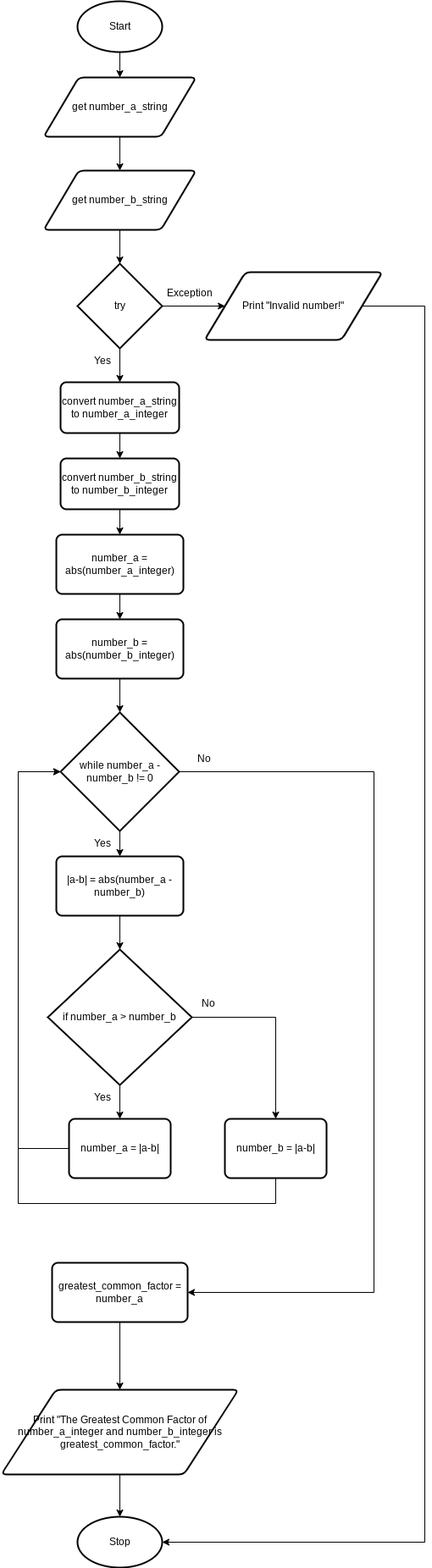
This is design.gcf.flowchart.png from Yiyun-Qin/ICS3U-Assignment5-Python, a draw.io export, as it was before one commit. Source tidied: cells renumbered, new cells last; positions are measured from the earlier drawing's top-left corner, leaving out a move shared by most shapes. Its diagram source:
```xml
<mxGraphModel>
  <root>
    <mxCell id="0" />
    <mxCell id="1" parent="0" />
    <mxCell id="2" style="edgeStyle=none;html=1;exitX=0.5;exitY=1;exitDx=0;exitDy=0;exitPerimeter=0;entryX=0.5;entryY=0;entryDx=0;entryDy=0;" parent="1" edge="1" source="3" target="6">
      <mxGeometry relative="1" as="geometry" />
    </mxCell>
    <mxCell id="3" value="Start" style="strokeWidth=2;html=1;shape=mxgraph.flowchart.start_1;whiteSpace=wrap;" parent="1" vertex="1">
      <mxGeometry x="90" width="100" height="60" as="geometry" />
    </mxCell>
    <mxCell id="4" value="Stop" style="strokeWidth=2;html=1;shape=mxgraph.flowchart.start_1;whiteSpace=wrap;" parent="1" vertex="1">
      <mxGeometry x="90" y="1790" width="100" height="60" as="geometry" />
    </mxCell>
    <mxCell id="5" style="edgeStyle=none;html=1;exitX=0.5;exitY=1;exitDx=0;exitDy=0;entryX=0.5;entryY=0;entryDx=0;entryDy=0;" parent="1" edge="1" source="6" target="8">
      <mxGeometry relative="1" as="geometry" />
    </mxCell>
    <mxCell id="6" value="get number_a_string" style="shape=parallelogram;html=1;strokeWidth=2;perimeter=parallelogramPerimeter;whiteSpace=wrap;rounded=1;arcSize=12;size=0.23;" parent="1" vertex="1">
      <mxGeometry x="50" y="90" width="180" height="70" as="geometry" />
    </mxCell>
    <mxCell id="7" style="edgeStyle=none;html=1;exitX=0.5;exitY=1;exitDx=0;exitDy=0;entryX=0.5;entryY=0;entryDx=0;entryDy=0;entryPerimeter=0;" parent="1" edge="1" source="8" target="11">
      <mxGeometry relative="1" as="geometry" />
    </mxCell>
    <mxCell id="8" value="get number_b_string" style="shape=parallelogram;html=1;strokeWidth=2;perimeter=parallelogramPerimeter;whiteSpace=wrap;rounded=1;arcSize=12;size=0.23;" parent="1" vertex="1">
      <mxGeometry x="50" y="200" width="180" height="70" as="geometry" />
    </mxCell>
    <mxCell id="9" style="edgeStyle=none;html=1;exitX=0.5;exitY=1;exitDx=0;exitDy=0;exitPerimeter=0;entryX=0.5;entryY=0;entryDx=0;entryDy=0;" parent="1" edge="1" source="11" target="13">
      <mxGeometry relative="1" as="geometry" />
    </mxCell>
    <mxCell id="10" style="edgeStyle=orthogonalEdgeStyle;rounded=0;html=1;exitX=1;exitY=0.5;exitDx=0;exitDy=0;exitPerimeter=0;entryX=0;entryY=0.5;entryDx=0;entryDy=0;" parent="1" edge="1" source="11" target="41">
      <mxGeometry relative="1" as="geometry" />
    </mxCell>
    <mxCell id="11" value="try" style="strokeWidth=2;html=1;shape=mxgraph.flowchart.decision;whiteSpace=wrap;" parent="1" vertex="1">
      <mxGeometry x="90" y="310" width="100" height="100" as="geometry" />
    </mxCell>
    <mxCell id="12" style="edgeStyle=none;html=1;exitX=0.5;exitY=1;exitDx=0;exitDy=0;entryX=0.5;entryY=0;entryDx=0;entryDy=0;" parent="1" edge="1" source="13" target="15">
      <mxGeometry relative="1" as="geometry" />
    </mxCell>
    <mxCell id="13" value="convert number_a_string to number_a_integer" style="rounded=1;whiteSpace=wrap;html=1;absoluteArcSize=1;arcSize=14;strokeWidth=2;" parent="1" vertex="1">
      <mxGeometry x="70" y="450" width="140" height="60" as="geometry" />
    </mxCell>
    <mxCell id="14" style="edgeStyle=none;html=1;exitX=0.5;exitY=1;exitDx=0;exitDy=0;entryX=0.5;entryY=0;entryDx=0;entryDy=0;" parent="1" edge="1" source="15" target="17">
      <mxGeometry relative="1" as="geometry" />
    </mxCell>
    <mxCell id="15" value="convert number_b_string to number_b_integer" style="rounded=1;whiteSpace=wrap;html=1;absoluteArcSize=1;arcSize=14;strokeWidth=2;" parent="1" vertex="1">
      <mxGeometry x="70" y="540" width="140" height="60" as="geometry" />
    </mxCell>
    <mxCell id="16" style="edgeStyle=none;html=1;exitX=0.5;exitY=1;exitDx=0;exitDy=0;entryX=0.5;entryY=0;entryDx=0;entryDy=0;" parent="1" edge="1" source="17" target="19">
      <mxGeometry relative="1" as="geometry" />
    </mxCell>
    <mxCell id="17" value="number_a = abs(number_a&lt;span style=&quot;color: rgba(0 , 0 , 0 , 0) ; font-family: monospace ; font-size: 0px&quot;&gt;%3CmxGraphModel%3E%3Croot%3E%3CmxCell%20id%3D%220%22%2F%3E%3CmxCell%20id%3D%221%22%20parent%3D%220%22%2F%3E%3CmxCell%20id%3D%222%22%20value%3D%22convert%20number_a_string%20to%20number_a_integer%22%20style%3D%22rounded%3D1%3BwhiteSpace%3Dwrap%3Bhtml%3D1%3BabsoluteArcSize%3D1%3BarcSize%3D14%3BstrokeWidth%3D2%3B%22%20vertex%3D%221%22%20parent%3D%221%22%3E%3CmxGeometry%20x%3D%22160%22%20y%3D%22450%22%20width%3D%22140%22%20height%3D%2260%22%20as%3D%22geometry%22%2F%3E%3C%2FmxCell%3E%3C%2Froot%3E%3C%2FmxGraphModel%3E&lt;/span&gt;_integer)" style="rounded=1;whiteSpace=wrap;html=1;absoluteArcSize=1;arcSize=14;strokeWidth=2;" parent="1" vertex="1">
      <mxGeometry x="65" y="630" width="150" height="70" as="geometry" />
    </mxCell>
    <mxCell id="18" style="edgeStyle=none;html=1;exitX=0.5;exitY=1;exitDx=0;exitDy=0;entryX=0.5;entryY=0;entryDx=0;entryDy=0;entryPerimeter=0;" parent="1" edge="1" source="19" target="22">
      <mxGeometry relative="1" as="geometry" />
    </mxCell>
    <mxCell id="19" value="number_b = abs(number_b&lt;span style=&quot;color: rgba(0 , 0 , 0 , 0) ; font-family: monospace ; font-size: 0px&quot;&gt;%3CmxGraphModel%3E%3Croot%3E%3CmxCell%20id%3D%220%22%2F%3E%3CmxCell%20id%3D%221%22%20parent%3D%220%22%2F%3E%3CmxCell%20id%3D%222%22%20value%3D%22convert%20number_a_string%20to%20number_a_integer%22%20style%3D%22rounded%3D1%3BwhiteSpace%3Dwrap%3Bhtml%3D1%3BabsoluteArcSize%3D1%3BarcSize%3D14%3BstrokeWidth%3D2%3B%22%20vertex%3D%221%22%20parent%3D%221%22%3E%3CmxGeometry%20x%3D%22160%22%20y%3D%22450%22%20width%3D%22140%22%20height%3D%2260%22%20as%3D%22geometry%22%2F%3E%3C%2FmxCell%3E%3C%2Froot%3E%3C%2FmxGraphModel%3E&lt;/span&gt;_integer)" style="rounded=1;whiteSpace=wrap;html=1;absoluteArcSize=1;arcSize=14;strokeWidth=2;" parent="1" vertex="1">
      <mxGeometry x="65" y="730" width="150" height="70" as="geometry" />
    </mxCell>
    <mxCell id="20" style="edgeStyle=none;html=1;exitX=0.5;exitY=1;exitDx=0;exitDy=0;exitPerimeter=0;entryX=0.5;entryY=0;entryDx=0;entryDy=0;" parent="1" edge="1" source="22" target="24">
      <mxGeometry relative="1" as="geometry" />
    </mxCell>
    <mxCell id="21" style="edgeStyle=orthogonalEdgeStyle;rounded=0;html=1;exitX=1;exitY=0.5;exitDx=0;exitDy=0;exitPerimeter=0;entryX=1;entryY=0.5;entryDx=0;entryDy=0;" parent="1" edge="1" source="22" target="36">
      <mxGeometry relative="1" as="geometry">
        <Array as="points">
          <mxPoint x="440" y="910" />
          <mxPoint x="440" y="1525" />
        </Array>
      </mxGeometry>
    </mxCell>
    <mxCell id="22" value="while number_a - number_b != 0" style="strokeWidth=2;html=1;shape=mxgraph.flowchart.decision;whiteSpace=wrap;" parent="1" vertex="1">
      <mxGeometry x="70" y="840" width="140" height="140" as="geometry" />
    </mxCell>
    <mxCell id="23" style="edgeStyle=none;html=1;exitX=0.5;exitY=1;exitDx=0;exitDy=0;" parent="1" edge="1" source="24" target="27">
      <mxGeometry relative="1" as="geometry" />
    </mxCell>
    <mxCell id="24" value="|a-b| = abs(number_a - number_b)" style="rounded=1;whiteSpace=wrap;html=1;absoluteArcSize=1;arcSize=14;strokeWidth=2;" parent="1" vertex="1">
      <mxGeometry x="65" y="1010" width="150" height="70" as="geometry" />
    </mxCell>
    <mxCell id="25" style="edgeStyle=none;html=1;exitX=0.5;exitY=1;exitDx=0;exitDy=0;exitPerimeter=0;entryX=0.5;entryY=0;entryDx=0;entryDy=0;" parent="1" edge="1" source="27" target="29">
      <mxGeometry relative="1" as="geometry" />
    </mxCell>
    <mxCell id="26" style="edgeStyle=orthogonalEdgeStyle;rounded=0;html=1;exitX=1;exitY=0.5;exitDx=0;exitDy=0;exitPerimeter=0;entryX=0.5;entryY=0;entryDx=0;entryDy=0;" parent="1" edge="1" source="27" target="31">
      <mxGeometry relative="1" as="geometry" />
    </mxCell>
    <mxCell id="27" value="if number_a &amp;gt; number_b" style="strokeWidth=2;html=1;shape=mxgraph.flowchart.decision;whiteSpace=wrap;" parent="1" vertex="1">
      <mxGeometry x="55" y="1120" width="170" height="160" as="geometry" />
    </mxCell>
    <mxCell id="28" style="edgeStyle=orthogonalEdgeStyle;html=1;exitX=0;exitY=0.5;exitDx=0;exitDy=0;entryX=0;entryY=0.5;entryDx=0;entryDy=0;entryPerimeter=0;rounded=0;" parent="1" edge="1" source="29" target="22">
      <mxGeometry relative="1" as="geometry">
        <Array as="points">
          <mxPoint x="20" y="1355" />
          <mxPoint x="20" y="910" />
        </Array>
      </mxGeometry>
    </mxCell>
    <mxCell id="29" value="number_a = |a-b|" style="rounded=1;whiteSpace=wrap;html=1;absoluteArcSize=1;arcSize=14;strokeWidth=2;" parent="1" vertex="1">
      <mxGeometry x="80" y="1320" width="120" height="70" as="geometry" />
    </mxCell>
    <mxCell id="30" style="edgeStyle=orthogonalEdgeStyle;rounded=0;html=1;exitX=0.5;exitY=1;exitDx=0;exitDy=0;entryX=0;entryY=0.5;entryDx=0;entryDy=0;entryPerimeter=0;" parent="1" edge="1" source="31" target="22">
      <mxGeometry relative="1" as="geometry">
        <Array as="points">
          <mxPoint x="324" y="1420" />
          <mxPoint x="20" y="1420" />
          <mxPoint x="20" y="910" />
        </Array>
      </mxGeometry>
    </mxCell>
    <mxCell id="31" value="number_b = |a-b|" style="rounded=1;whiteSpace=wrap;html=1;absoluteArcSize=1;arcSize=14;strokeWidth=2;" parent="1" vertex="1">
      <mxGeometry x="264" y="1320" width="120" height="70" as="geometry" />
    </mxCell>
    <mxCell id="32" value="Yes" style="text;html=1;strokeColor=none;fillColor=none;align=center;verticalAlign=middle;whiteSpace=wrap;rounded=0;" parent="1" vertex="1">
      <mxGeometry x="100" y="1280" width="40" height="30" as="geometry" />
    </mxCell>
    <mxCell id="33" value="No" style="text;html=1;strokeColor=none;fillColor=none;align=center;verticalAlign=middle;whiteSpace=wrap;rounded=0;" parent="1" vertex="1">
      <mxGeometry x="225" y="1169" width="40" height="30" as="geometry" />
    </mxCell>
    <mxCell id="34" value="Yes" style="text;html=1;strokeColor=none;fillColor=none;align=center;verticalAlign=middle;whiteSpace=wrap;rounded=0;" parent="1" vertex="1">
      <mxGeometry x="100" y="980" width="40" height="30" as="geometry" />
    </mxCell>
    <mxCell id="35" style="edgeStyle=orthogonalEdgeStyle;rounded=0;html=1;exitX=0.5;exitY=1;exitDx=0;exitDy=0;entryX=0.5;entryY=0;entryDx=0;entryDy=0;" parent="1" edge="1" source="36" target="39">
      <mxGeometry relative="1" as="geometry" />
    </mxCell>
    <mxCell id="36" value="greatest_common_factor = number_a" style="rounded=1;whiteSpace=wrap;html=1;absoluteArcSize=1;arcSize=14;strokeWidth=2;" parent="1" vertex="1">
      <mxGeometry x="60" y="1490" width="160" height="70" as="geometry" />
    </mxCell>
    <mxCell id="37" value="No" style="text;html=1;strokeColor=none;fillColor=none;align=center;verticalAlign=middle;whiteSpace=wrap;rounded=0;" parent="1" vertex="1">
      <mxGeometry x="220" y="880" width="40" height="30" as="geometry" />
    </mxCell>
    <mxCell id="38" style="edgeStyle=orthogonalEdgeStyle;rounded=0;html=1;exitX=0.5;exitY=1;exitDx=0;exitDy=0;entryX=0.5;entryY=0;entryDx=0;entryDy=0;entryPerimeter=0;" parent="1" edge="1" source="39" target="4">
      <mxGeometry relative="1" as="geometry" />
    </mxCell>
    <mxCell id="39" value="Print &quot;The Greatest Common Factor of number_a_integer and number_b_integer is greatest_common_factor.&quot;" style="shape=parallelogram;html=1;strokeWidth=2;perimeter=parallelogramPerimeter;whiteSpace=wrap;rounded=1;arcSize=12;size=0.23;" parent="1" vertex="1">
      <mxGeometry y="1640" width="280" height="100" as="geometry" />
    </mxCell>
    <mxCell id="40" style="edgeStyle=orthogonalEdgeStyle;rounded=0;html=1;exitX=1;exitY=0.5;exitDx=0;exitDy=0;entryX=1;entryY=0.5;entryDx=0;entryDy=0;entryPerimeter=0;" parent="1" edge="1" source="41" target="4">
      <mxGeometry relative="1" as="geometry">
        <Array as="points">
          <mxPoint x="500" y="360" />
          <mxPoint x="500" y="1820" />
        </Array>
      </mxGeometry>
    </mxCell>
    <mxCell id="41" value="Print &quot;Invalid number!&quot;" style="shape=parallelogram;html=1;strokeWidth=2;perimeter=parallelogramPerimeter;whiteSpace=wrap;rounded=1;arcSize=12;size=0.23;" parent="1" vertex="1">
      <mxGeometry x="240" y="320" width="210" height="80" as="geometry" />
    </mxCell>
    <mxCell id="42" value="Yes" style="text;html=1;strokeColor=none;fillColor=none;align=center;verticalAlign=middle;whiteSpace=wrap;rounded=0;" parent="1" vertex="1">
      <mxGeometry x="100" y="410" width="40" height="30" as="geometry" />
    </mxCell>
    <mxCell id="43" value="Exception" style="text;html=1;strokeColor=none;fillColor=none;align=center;verticalAlign=middle;whiteSpace=wrap;rounded=0;" parent="1" vertex="1">
      <mxGeometry x="185" y="330" width="75" height="30" as="geometry" />
    </mxCell>
  </root>
</mxGraphModel>
```
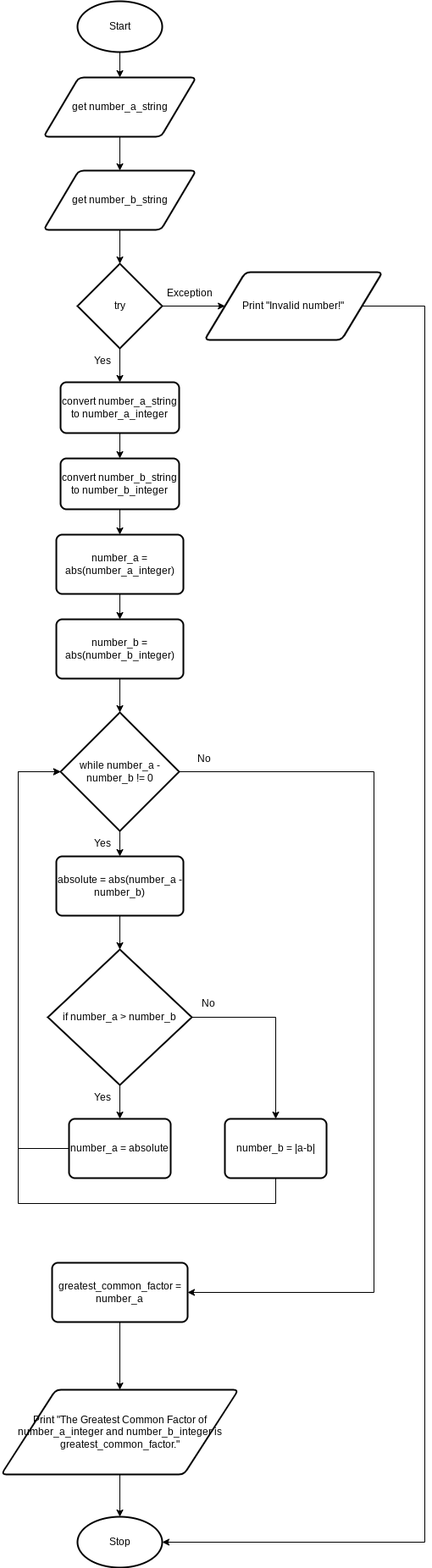
The same diagram one commit later.

What changed in the source:
```diff
@@ -73,7 +73,7 @@
     <mxCell id="23" style="edgeStyle=none;html=1;exitX=0.5;exitY=1;exitDx=0;exitDy=0;" parent="1" edge="1" source="24" target="27">
       <mxGeometry relative="1" as="geometry" />
     </mxCell>
-    <mxCell id="24" value="|a-b| = abs(number_a - number_b)" style="rounded=1;whiteSpace=wrap;html=1;absoluteArcSize=1;arcSize=14;strokeWidth=2;" parent="1" vertex="1">
+    <mxCell id="24" value="absolute = abs(number_a - number_b)" style="rounded=1;whiteSpace=wrap;html=1;absoluteArcSize=1;arcSize=14;strokeWidth=2;" parent="1" vertex="1">
       <mxGeometry x="65" y="1010" width="150" height="70" as="geometry" />
     </mxCell>
     <mxCell id="25" style="edgeStyle=none;html=1;exitX=0.5;exitY=1;exitDx=0;exitDy=0;exitPerimeter=0;entryX=0.5;entryY=0;entryDx=0;entryDy=0;" parent="1" edge="1" source="27" target="29">
@@ -93,7 +93,7 @@
         </Array>
       </mxGeometry>
     </mxCell>
-    <mxCell id="29" value="number_a = |a-b|" style="rounded=1;whiteSpace=wrap;html=1;absoluteArcSize=1;arcSize=14;strokeWidth=2;" parent="1" vertex="1">
+    <mxCell id="29" value="number_a = absolute" style="rounded=1;whiteSpace=wrap;html=1;absoluteArcSize=1;arcSize=14;strokeWidth=2;" parent="1" vertex="1">
       <mxGeometry x="80" y="1320" width="120" height="70" as="geometry" />
     </mxCell>
     <mxCell id="30" style="edgeStyle=orthogonalEdgeStyle;rounded=0;html=1;exitX=0.5;exitY=1;exitDx=0;exitDy=0;entryX=0;entryY=0.5;entryDx=0;entryDy=0;entryPerimeter=0;" parent="1" edge="1" source="31" target="22">
```
